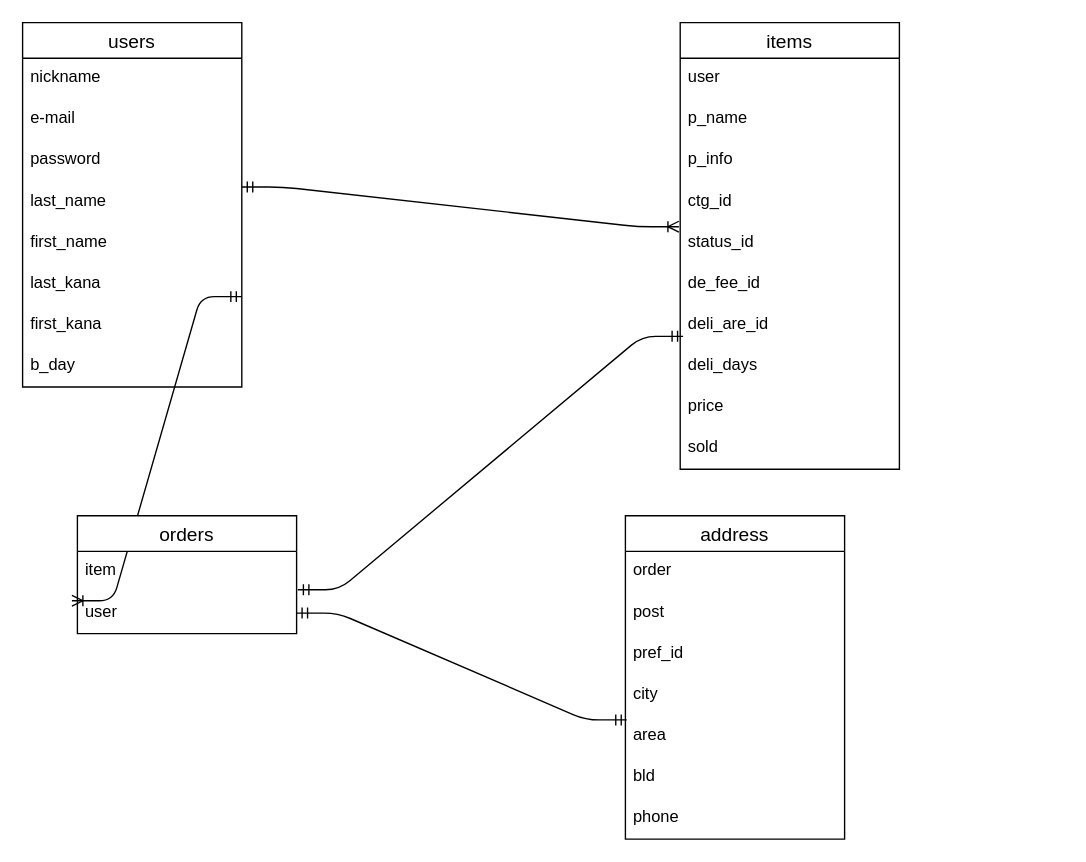
Above: er.dio in kyuu5988/wms_3 (draw.io), before the change. Source tidied: cells renumbered, new cells numbered last; positions are measured from the earlier drawing's top-left corner, leaving out a move shared by most shapes. Both pictures are drawn from the tidied source at 137%, with x=0, y=0 at pixel (22, 22).
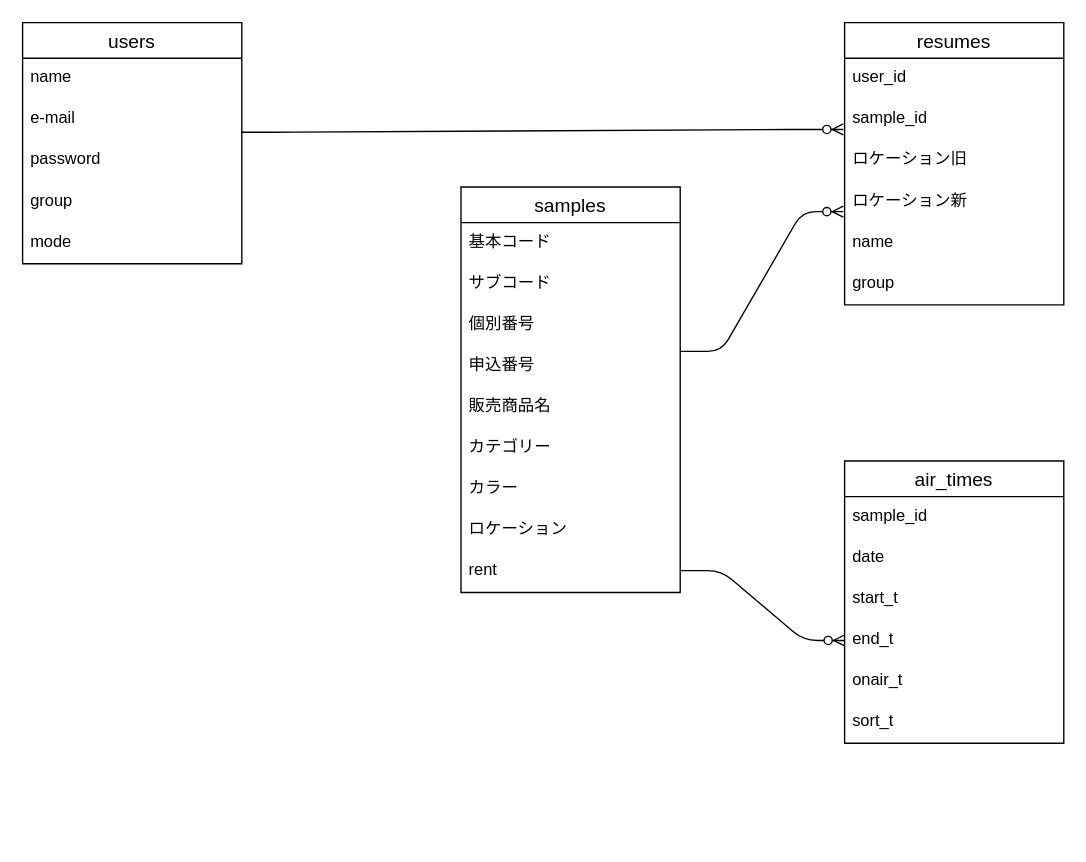
After the change.

Change to the diagram source:
```diff
@@
+    <mxCell id="14" value="users" style="swimlane;fontStyle=0;horizontal=1;startSize=26;align=center;fontSize=14;" parent="1" vertex="1">
+      <mxGeometry width="160" height="176" as="geometry" />
+    </mxCell>
+    <mxCell id="15" value="name" style="text;strokeColor=none;fillColor=none;spacingLeft=4;spacingRight=4;overflow=hidden;fontSize=12;" parent="14" vertex="1">
+      <mxGeometry y="26" width="160" height="30" as="geometry" />
+    </mxCell>
+    <mxCell id="16" value="e-mail" style="text;strokeColor=none;fillColor=none;spacingLeft=4;spacingRight=4;overflow=hidden;fontSize=12;" parent="14" vertex="1">
+      <mxGeometry y="56" width="160" height="30" as="geometry" />
+    </mxCell>
+    <mxCell id="17" value="password&#10;&#10;" style="text;spacingLeft=4;spacingRight=4;overflow=hidden;fontSize=12;" parent="14" vertex="1">
+      <mxGeometry y="86" width="160" height="30" as="geometry" />
+    </mxCell>
+    <mxCell id="21" value="group" style="text;spacingLeft=4;spacingRight=4;overflow=hidden;fontSize=12;" parent="14" vertex="1">
+      <mxGeometry y="116" width="160" height="30" as="geometry" />
+    </mxCell>
+    <mxCell id="22" value="mode" style="text;spacingLeft=4;spacingRight=4;overflow=hidden;fontSize=12;" parent="14" vertex="1">
+      <mxGeometry y="146" width="160" height="30" as="geometry" />
+    </mxCell>
+    <mxCell id="28" value="resumes" style="swimlane;fontStyle=0;horizontal=1;startSize=26;align=center;fontSize=14;" parent="1" vertex="1">
+      <mxGeometry x="600" width="160" height="206" as="geometry" />
+    </mxCell>
+    <mxCell id="29" value="user_id" style="text;strokeColor=none;fillColor=none;spacingLeft=4;spacingRight=4;overflow=hidden;fontSize=12;" parent="28" vertex="1">
+      <mxGeometry y="26" width="160" height="30" as="geometry" />
+    </mxCell>
+    <mxCell id="30" value="sample_id" style="text;strokeColor=none;fillColor=none;spacingLeft=4;spacingRight=4;overflow=hidden;points=[[0,0.5],[1,0.5]];portConstraint=eastwest;fontSize=12;" parent="28" vertex="1">
+      <mxGeometry y="56" width="160" height="30" as="geometry" />
+    </mxCell>
+    <mxCell id="31" value="ロケーション旧" style="text;strokeColor=none;fillColor=none;spacingLeft=4;spacingRight=4;overflow=hidden;fontSize=12;" parent="28" vertex="1">
+      <mxGeometry y="86" width="160" height="30" as="geometry" />
+    </mxCell>
+    <mxCell id="32" value="ロケーション新" style="text;strokeColor=none;fillColor=none;spacingLeft=4;spacingRight=4;overflow=hidden;points=[[0,0.5],[1,0.5]];portConstraint=eastwest;fontSize=12;" parent="28" vertex="1">
+      <mxGeometry y="116" width="160" height="30" as="geometry" />
+    </mxCell>
+    <mxCell id="33" value="name" style="text;strokeColor=none;fillColor=none;spacingLeft=4;spacingRight=4;overflow=hidden;points=[[0,0.5],[1,0.5]];portConstraint=eastwest;fontSize=12;" parent="28" vertex="1">
+      <mxGeometry y="146" width="160" height="30" as="geometry" />
+    </mxCell>
+    <mxCell id="34" value="group" style="text;strokeColor=none;fillColor=none;spacingLeft=4;spacingRight=4;overflow=hidden;fontSize=12;" parent="28" vertex="1">
+      <mxGeometry y="176" width="160" height="30" as="geometry" />
+    </mxCell>
-    <mxCell id="2" value="items" style="swimlane;fontStyle=0;horizontal=1;startSize=26;align=center;fontSize=14;" parent="1" vertex="1">
-      <mxGeometry x="480" width="160" height="326" as="geometry" />
+    <mxCell id="2" value="samples" style="swimlane;fontStyle=0;horizontal=1;startSize=26;align=center;fontSize=14;" parent="1" vertex="1">
+      <mxGeometry x="320" y="120" width="160" height="296" as="geometry" />
     </mxCell>
-    <mxCell id="3" value="user" style="text;strokeColor=none;fillColor=none;spacingLeft=4;spacingRight=4;overflow=hidden;fontSize=12;" parent="2" vertex="1">
+    <mxCell id="3" value="基本コード" style="text;strokeColor=none;fillColor=none;spacingLeft=4;spacingRight=4;overflow=hidden;fontSize=12;" parent="2" vertex="1">
       <mxGeometry y="26" width="160" height="30" as="geometry" />
     </mxCell>
-    <mxCell id="4" value="p_name" style="text;strokeColor=none;fillColor=none;spacingLeft=4;spacingRight=4;overflow=hidden;fontSize=12;" parent="2" vertex="1">
+    <mxCell id="4" value="サブコード" style="text;strokeColor=none;fillColor=none;spacingLeft=4;spacingRight=4;overflow=hidden;fontSize=12;" parent="2" vertex="1">
       <mxGeometry y="56" width="160" height="30" as="geometry" />
     </mxCell>
-    <mxCell id="5" value="p_info" style="text;strokeColor=none;fillColor=none;spacingLeft=4;spacingRight=4;overflow=hidden;fontSize=12;" parent="2" vertex="1">
+    <mxCell id="5" value="個別番号" style="text;strokeColor=none;fillColor=none;spacingLeft=4;spacingRight=4;overflow=hidden;fontSize=12;" parent="2" vertex="1">
       <mxGeometry y="86" width="160" height="30" as="geometry" />
     </mxCell>
-    <mxCell id="6" value="ctg_id" style="text;strokeColor=none;fillColor=none;spacingLeft=4;spacingRight=4;overflow=hidden;fontSize=12;" parent="2" vertex="1">
+    <mxCell id="6" value="申込番号" style="text;strokeColor=none;fillColor=none;spacingLeft=4;spacingRight=4;overflow=hidden;fontSize=12;" parent="2" vertex="1">
       <mxGeometry y="116" width="160" height="30" as="geometry" />
     </mxCell>
-    <mxCell id="7" value="status_id" style="text;strokeColor=none;fillColor=none;spacingLeft=4;spacingRight=4;overflow=hidden;points=[[0,0.5],[1,0.5]];portConstraint=eastwest;fontSize=12;" parent="2" vertex="1">
+    <mxCell id="7" value="販売商品名" style="text;strokeColor=none;fillColor=none;spacingLeft=4;spacingRight=4;overflow=hidden;points=[[0,0.5],[1,0.5]];portConstraint=eastwest;fontSize=12;" parent="2" vertex="1">
       <mxGeometry y="146" width="160" height="30" as="geometry" />
     </mxCell>
-    <mxCell id="8" value="de_fee_id" style="text;strokeColor=none;fillColor=none;spacingLeft=4;spacingRight=4;overflow=hidden;fontSize=12;" parent="2" vertex="1">
+    <mxCell id="8" value="カテゴリー" style="text;strokeColor=none;fillColor=none;spacingLeft=4;spacingRight=4;overflow=hidden;fontSize=12;" parent="2" vertex="1">
       <mxGeometry y="176" width="160" height="30" as="geometry" />
     </mxCell>
-    <mxCell id="9" value="deli_are_id" style="text;strokeColor=none;fillColor=none;spacingLeft=4;spacingRight=4;overflow=hidden;points=[[0,0.5],[1,0.5]];portConstraint=eastwest;fontSize=12;" parent="2" vertex="1">
+    <mxCell id="9" value="カラー" style="text;strokeColor=none;fillColor=none;spacingLeft=4;spacingRight=4;overflow=hidden;points=[[0,0.5],[1,0.5]];portConstraint=eastwest;fontSize=12;" parent="2" vertex="1">
       <mxGeometry y="206" width="160" height="30" as="geometry" />
     </mxCell>
-    <mxCell id="10" value="deli_days" style="text;strokeColor=none;fillColor=none;spacingLeft=4;spacingRight=4;overflow=hidden;fontSize=12;" parent="2" vertex="1">
+    <mxCell id="10" value="ロケーション" style="text;strokeColor=none;fillColor=none;spacingLeft=4;spacingRight=4;overflow=hidden;fontSize=12;" parent="2" vertex="1">
       <mxGeometry y="236" width="160" height="30" as="geometry" />
     </mxCell>
-    <mxCell id="11" value="price" style="text;strokeColor=none;fillColor=none;spacingLeft=4;spacingRight=4;overflow=hidden;fontSize=12;" parent="2" vertex="1">
+    <mxCell id="11" value="rent" style="text;strokeColor=none;fillColor=none;spacingLeft=4;spacingRight=4;overflow=hidden;fontSize=12;" parent="2" vertex="1">
       <mxGeometry y="266" width="160" height="30" as="geometry" />
     </mxCell>
-    <mxCell id="12" value="sold" style="text;strokeColor=none;fillColor=none;spacingLeft=4;spacingRight=4;overflow=hidden;fontSize=12;" parent="2" vertex="1">
-      <mxGeometry y="296" width="160" height="30" as="geometry" />
-    </mxCell>
-    <mxCell id="13" style="edgeStyle=entityRelationEdgeStyle;fontSize=12;html=1;endArrow=ERoneToMany;startArrow=ERmandOne;exitX=1;exitY=0.133;exitDx=0;exitDy=0;exitPerimeter=0;entryX=-0.006;entryY=0.1;entryDx=0;entryDy=0;entryPerimeter=0;" parent="1" edge="1" source="18" target="7">
-      <mxGeometry relative="1" as="geometry" />
-    </mxCell>
-    <mxCell id="14" value="users" style="swimlane;fontStyle=0;horizontal=1;startSize=26;align=center;fontSize=14;" parent="1" vertex="1">
-      <mxGeometry width="160" height="266" as="geometry" />
-    </mxCell>
-    <mxCell id="15" value="nickname" style="text;strokeColor=none;fillColor=none;spacingLeft=4;spacingRight=4;overflow=hidden;fontSize=12;" parent="14" vertex="1">
-      <mxGeometry y="26" width="160" height="30" as="geometry" />
-    </mxCell>
-    <mxCell id="16" value="e-mail" style="text;strokeColor=none;fillColor=none;spacingLeft=4;spacingRight=4;overflow=hidden;fontSize=12;" parent="14" vertex="1">
-      <mxGeometry y="56" width="160" height="30" as="geometry" />
-    </mxCell>
-    <mxCell id="17" value="password&#10;&#10;" style="text;spacingLeft=4;spacingRight=4;overflow=hidden;fontSize=12;" parent="14" vertex="1">
-      <mxGeometry y="86" width="160" height="30" as="geometry" />
-    </mxCell>
-    <mxCell id="18" value="last_name" style="text;spacingLeft=4;spacingRight=4;overflow=hidden;points=[[0,0.5],[1,0.5]];portConstraint=eastwest;fontSize=12;" parent="14" vertex="1">
-      <mxGeometry y="116" width="160" height="30" as="geometry" />
-    </mxCell>
-    <mxCell id="19" value="first_name" style="text;spacingLeft=4;spacingRight=4;overflow=hidden;fontSize=12;" parent="14" vertex="1">
-      <mxGeometry y="146" width="160" height="30" as="geometry" />
-    </mxCell>
-    <mxCell id="20" value="last_kana" style="text;spacingLeft=4;spacingRight=4;overflow=hidden;points=[[0,0.5],[1,0.5]];portConstraint=eastwest;fontSize=12;" parent="14" vertex="1">
-      <mxGeometry y="176" width="160" height="30" as="geometry" />
-    </mxCell>
-    <mxCell id="21" value="first_kana" style="text;spacingLeft=4;spacingRight=4;overflow=hidden;fontSize=12;" parent="14" vertex="1">
-      <mxGeometry y="206" width="160" height="30" as="geometry" />
-    </mxCell>
-    <mxCell id="22" value="b_day" style="text;spacingLeft=4;spacingRight=4;overflow=hidden;fontSize=12;" parent="14" vertex="1">
-      <mxGeometry y="236" width="160" height="30" as="geometry" />
-    </mxCell>
-    <mxCell id="23" style="edgeStyle=entityRelationEdgeStyle;fontSize=12;html=1;endArrow=ERoneToMany;startArrow=ERmandOne;exitX=1;exitY=0.8;exitDx=0;exitDy=0;exitPerimeter=0;entryX=-0.025;entryY=0.2;entryDx=0;entryDy=0;entryPerimeter=0;" parent="1" edge="1" source="20" target="26">
-      <mxGeometry relative="1" as="geometry" />
-    </mxCell>
+    <mxCell id="37" style="edgeStyle=entityRelationEdgeStyle;fontSize=12;html=1;endArrow=ERzeroToMany;endFill=1;entryX=-0.006;entryY=0.733;entryDx=0;entryDy=0;entryPerimeter=0;" parent="1" edge="1" target="30">
+      <mxGeometry relative="1" as="geometry">
+        <mxPoint x="160" y="80" as="sourcePoint" />
+      </mxGeometry>
+    </mxCell>
+    <mxCell id="38" style="edgeStyle=entityRelationEdgeStyle;fontSize=12;html=1;endArrow=ERzeroToMany;endFill=1;entryX=-0.006;entryY=0.733;entryDx=0;entryDy=0;entryPerimeter=0;" parent="1" edge="1" target="32">
+      <mxGeometry relative="1" as="geometry">
+        <mxPoint x="480" y="240" as="sourcePoint" />
+      </mxGeometry>
+    </mxCell>
-    <mxCell id="24" value="orders" style="swimlane;fontStyle=0;horizontal=1;startSize=26;align=center;fontSize=14;" parent="1" vertex="1">
-      <mxGeometry x="40" y="360" width="160" height="86" as="geometry" />
+    <mxCell id="24" value="air_times" style="swimlane;fontStyle=0;horizontal=1;startSize=26;align=center;fontSize=14;" parent="1" vertex="1">
+      <mxGeometry x="600" y="320" width="160" height="206" as="geometry" />
     </mxCell>
-    <mxCell id="25" value="item" style="text;strokeColor=none;fillColor=none;spacingLeft=4;spacingRight=4;overflow=hidden;fontSize=12;" parent="24" vertex="1">
+    <mxCell id="25" value="sample_id" style="text;strokeColor=none;fillColor=none;spacingLeft=4;spacingRight=4;overflow=hidden;fontSize=12;" parent="24" vertex="1">
       <mxGeometry y="26" width="160" height="30" as="geometry" />
     </mxCell>
-    <mxCell id="26" value="user" style="text;strokeColor=none;fillColor=none;spacingLeft=4;spacingRight=4;overflow=hidden;points=[[0,0.5],[1,0.5]];portConstraint=eastwest;fontSize=12;" parent="24" vertex="1">
+    <mxCell id="26" value="date" style="text;strokeColor=none;fillColor=none;spacingLeft=4;spacingRight=4;overflow=hidden;points=[[0,0.5],[1,0.5]];portConstraint=eastwest;fontSize=12;" parent="24" vertex="1">
       <mxGeometry y="56" width="160" height="30" as="geometry" />
     </mxCell>
-    <mxCell id="27" style="edgeStyle=entityRelationEdgeStyle;fontSize=12;html=1;endArrow=ERmandOne;startArrow=ERmandOne;entryX=0.013;entryY=0.767;entryDx=0;entryDy=0;entryPerimeter=0;exitX=1.006;exitY=-0.067;exitDx=0;exitDy=0;exitPerimeter=0;" parent="1" edge="1" source="26" target="9">
-      <mxGeometry relative="1" as="geometry" />
-    </mxCell>
-    <mxCell id="28" value="address" style="swimlane;fontStyle=0;horizontal=1;startSize=26;align=center;fontSize=14;" parent="1" vertex="1">
-      <mxGeometry x="440" y="360" width="160" height="236" as="geometry" />
-    </mxCell>
-    <mxCell id="29" value="order" style="text;strokeColor=none;fillColor=none;spacingLeft=4;spacingRight=4;overflow=hidden;fontSize=12;" parent="28" vertex="1">
-      <mxGeometry y="26" width="160" height="30" as="geometry" />
-    </mxCell>
-    <mxCell id="30" value="post" style="text;strokeColor=none;fillColor=none;spacingLeft=4;spacingRight=4;overflow=hidden;points=[[0,0.5],[1,0.5]];portConstraint=eastwest;fontSize=12;" parent="28" vertex="1">
-      <mxGeometry y="56" width="160" height="30" as="geometry" />
-    </mxCell>
-    <mxCell id="31" value="pref_id" style="text;strokeColor=none;fillColor=none;spacingLeft=4;spacingRight=4;overflow=hidden;fontSize=12;" parent="28" vertex="1">
-      <mxGeometry y="86" width="160" height="30" as="geometry" />
-    </mxCell>
-    <mxCell id="32" value="city" style="text;strokeColor=none;fillColor=none;spacingLeft=4;spacingRight=4;overflow=hidden;points=[[0,0.5],[1,0.5]];portConstraint=eastwest;fontSize=12;" parent="28" vertex="1">
-      <mxGeometry y="116" width="160" height="30" as="geometry" />
-    </mxCell>
-    <mxCell id="33" value="area" style="text;strokeColor=none;fillColor=none;spacingLeft=4;spacingRight=4;overflow=hidden;points=[[0,0.5],[1,0.5]];portConstraint=eastwest;fontSize=12;" parent="28" vertex="1">
-      <mxGeometry y="146" width="160" height="30" as="geometry" />
-    </mxCell>
-    <mxCell id="34" value="bld" style="text;strokeColor=none;fillColor=none;spacingLeft=4;spacingRight=4;overflow=hidden;fontSize=12;" parent="28" vertex="1">
-      <mxGeometry y="176" width="160" height="30" as="geometry" />
-    </mxCell>
-    <mxCell id="35" value="phone" style="text;strokeColor=none;fillColor=none;spacingLeft=4;spacingRight=4;overflow=hidden;fontSize=12;" parent="28" vertex="1">
-      <mxGeometry y="206" width="160" height="30" as="geometry" />
-    </mxCell>
-    <mxCell id="36" style="edgeStyle=entityRelationEdgeStyle;fontSize=12;html=1;endArrow=ERmandOne;startArrow=ERmandOne;entryX=0.006;entryY=0.1;entryDx=0;entryDy=0;entryPerimeter=0;" parent="1" edge="1" source="26" target="33">
-      <mxGeometry relative="1" as="geometry" />
-    </mxCell>
+    <mxCell id="39" value="start_t" style="text;strokeColor=none;fillColor=none;spacingLeft=4;spacingRight=4;overflow=hidden;fontSize=12;" parent="24" vertex="1">
+      <mxGeometry y="86" width="160" height="30" as="geometry" />
+    </mxCell>
+    <mxCell id="40" value="end_t" style="text;strokeColor=none;fillColor=none;spacingLeft=4;spacingRight=4;overflow=hidden;points=[[0,0.5],[1,0.5]];portConstraint=eastwest;fontSize=12;" parent="24" vertex="1">
+      <mxGeometry y="116" width="160" height="30" as="geometry" />
+    </mxCell>
+    <mxCell id="41" value="onair_t" style="text;strokeColor=none;fillColor=none;spacingLeft=4;spacingRight=4;overflow=hidden;fontSize=12;" parent="24" vertex="1">
+      <mxGeometry y="146" width="160" height="30" as="geometry" />
+    </mxCell>
+    <mxCell id="42" value="sort_t" style="text;strokeColor=none;fillColor=none;spacingLeft=4;spacingRight=4;overflow=hidden;fontSize=12;" parent="24" vertex="1">
+      <mxGeometry y="176" width="160" height="30" as="geometry" />
+    </mxCell>
+    <mxCell id="43" style="edgeStyle=entityRelationEdgeStyle;fontSize=12;html=1;endArrow=ERzeroToMany;endFill=1;entryX=0;entryY=0.5;entryDx=0;entryDy=0;" parent="1" edge="1" target="40">
+      <mxGeometry relative="1" as="geometry">
+        <mxPoint x="480" y="400" as="sourcePoint" />
+      </mxGeometry>
+    </mxCell>
```
